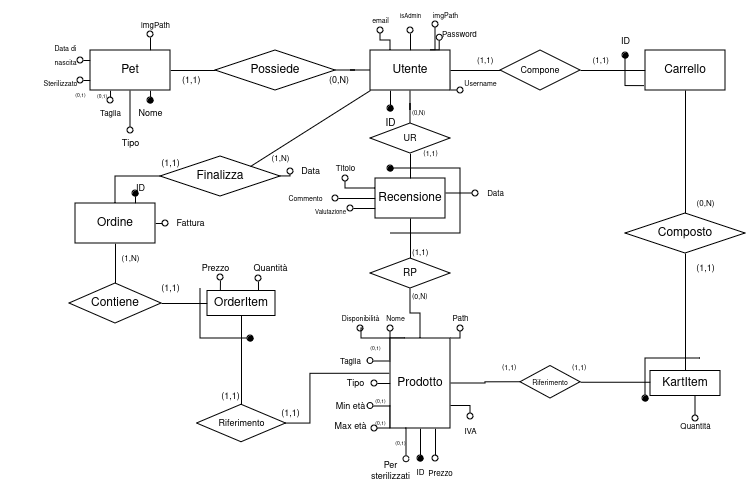
Before: Documenti/DrawIo&Images/DarwinShopNormalized.png, a diagram exported from draw.io (NumberZeroo/TSW_Proj). Source tidied: cells renumbered, new cells last; positions are measured from the earlier drawing's top-left corner, leaving out a move shared by most shapes.
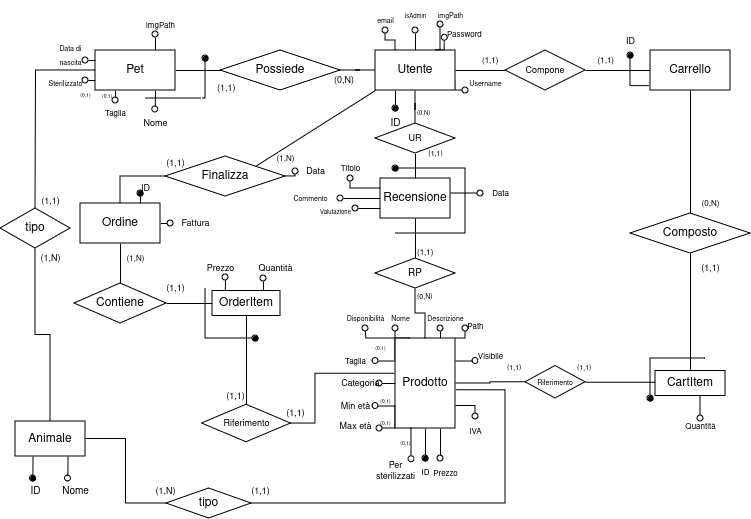
After the change.

Commit message:
Sincronizzazione documentazione - DB

The edit, as a diff of the source:
```diff
@@ -65,16 +65,9 @@
     <mxCell id="15" style="edgeStyle=orthogonalEdgeStyle;rounded=0;jettySize=auto;html=1;endArrow=none;endFill=0;" parent="1" edge="1" source="22" target="24">
       <mxGeometry relative="1" as="geometry" />
     </mxCell>
-    <mxCell id="16" style="edgeStyle=orthogonalEdgeStyle;rounded=0;jettySize=auto;html=1;exitX=0.75;exitY=1;exitDx=0;exitDy=0;endArrow=oval;endFill=1;" parent="1" edge="1" source="22">
-      <mxGeometry relative="1" as="geometry">
-        <mxPoint x="150.1" y="100" as="targetPoint" />
-      </mxGeometry>
+    <mxCell id="16" style="edgeStyle=orthogonalEdgeStyle;rounded=0;jettySize=auto;html=1;exitX=0.75;exitY=1;exitDx=0;exitDy=0;endArrow=oval;endFill=0;entryX=0.495;entryY=0.035;entryDx=0;entryDy=0;entryPerimeter=0;" parent="1" edge="1" source="22" target="61">
+      <mxGeometry relative="1" as="geometry" />
     </mxCell>
-    <mxCell id="17" style="edgeStyle=orthogonalEdgeStyle;rounded=0;jettySize=auto;html=1;endArrow=oval;endFill=0;" parent="1" edge="1" source="22">
-      <mxGeometry relative="1" as="geometry">
-        <mxPoint x="130" y="130" as="targetPoint" />
-      </mxGeometry>
-    </mxCell>
     <mxCell id="18" style="edgeStyle=orthogonalEdgeStyle;rounded=0;jettySize=auto;html=1;exitX=0.25;exitY=1;exitDx=0;exitDy=0;endArrow=oval;endFill=0;" parent="1" edge="1" source="22">
       <mxGeometry relative="1" as="geometry">
         <mxPoint x="110.1" y="100" as="targetPoint" />
@@ -95,6 +88,11 @@
         <mxPoint x="150" y="30" as="targetPoint" />
       </mxGeometry>
     </mxCell>
+    <mxCell id="132" style="edgeStyle=orthogonalEdgeStyle;rounded=0;jettySize=auto;html=1;endArrow=none;endFill=0;" parent="1" edge="1" source="22">
+      <mxGeometry relative="1" as="geometry">
+        <mxPoint x="30" y="208" as="targetPoint" />
+      </mxGeometry>
+    </mxCell>
     <mxCell id="22" value="Pet" style="whiteSpace=wrap;html=1;align=center;" parent="1" vertex="1">
       <mxGeometry x="90" y="50" width="80" height="40" as="geometry" />
     </mxCell>
@@ -174,6 +172,16 @@
     <mxCell id="38" style="edgeStyle=orthogonalEdgeStyle;rounded=0;jettySize=auto;html=1;exitX=1;exitY=0.5;exitDx=0;exitDy=0;endArrow=none;endFill=0;entryX=0;entryY=0.5;entryDx=0;entryDy=0;" parent="1" edge="1" source="39" target="92">
       <mxGeometry relative="1" as="geometry" />
     </mxCell>
+    <mxCell id="133" style="edgeStyle=orthogonalEdgeStyle;rounded=0;jettySize=auto;html=1;exitX=1;exitY=0.25;exitDx=0;exitDy=0;endArrow=oval;endFill=0;" parent="1" edge="1" source="39">
+      <mxGeometry relative="1" as="geometry">
+        <mxPoint x="470" y="360.6" as="targetPoint" />
+      </mxGeometry>
+    </mxCell>
+    <mxCell id="134" style="edgeStyle=orthogonalEdgeStyle;rounded=0;jettySize=auto;html=1;exitX=0.75;exitY=0;exitDx=0;exitDy=0;endArrow=oval;endFill=0;" parent="1" edge="1" source="39">
+      <mxGeometry relative="1" as="geometry">
+        <mxPoint x="435.1" y="328" as="targetPoint" />
+      </mxGeometry>
+    </mxCell>
     <mxCell id="39" value="Prodotto" style="whiteSpace=wrap;html=1;align=center;" parent="1" vertex="1">
       <mxGeometry x="390" y="338" width="60" height="90" as="geometry" />
     </mxCell>
@@ -214,7 +222,7 @@
       <mxGeometry x="310" y="60" width="40" height="30" as="geometry" />
     </mxCell>
     <mxCell id="50" value="&lt;font style=&quot;font-size: 9px;&quot;&gt;(1,1)&lt;/font&gt;" style="text;html=1;align=left;verticalAlign=bottom;strokeColor=none;fillColor=none;" parent="1" vertex="1">
-      <mxGeometry x="180" y="60" width="40" height="30" as="geometry" />
+      <mxGeometry x="210" y="68" width="40" height="30" as="geometry" />
     </mxCell>
     <mxCell id="51" value="&lt;font style=&quot;font-size: 8px;&quot;&gt;(1,1)&lt;/font&gt;" style="text;html=1;align=left;verticalAlign=bottom;strokeColor=none;fillColor=none;" parent="1" vertex="1">
       <mxGeometry x="475" y="40" width="40" height="30" as="geometry" />
@@ -247,11 +255,8 @@
       <mxGeometry x="440" y="20" width="60" height="30" as="geometry" />
     </mxCell>
     <mxCell id="61" value="&lt;font style=&quot;font-size: 9px;&quot;&gt;Nome&lt;/font&gt;" style="text;html=1;align=center;verticalAlign=middle;points=[];strokeColor=none;fillColor=none;" parent="1" vertex="1">
-      <mxGeometry x="125" y="98" width="50" height="30" as="geometry" />
+      <mxGeometry x="125" y="108" width="50" height="30" as="geometry" />
     </mxCell>
-    <mxCell id="62" value="&lt;font style=&quot;font-size: 9px;&quot;&gt;Tipo&lt;/font&gt;" style="text;html=1;align=center;verticalAlign=middle;strokeColor=none;fillColor=none;" parent="1" vertex="1">
-      <mxGeometry x="110" y="128" width="40" height="30" as="geometry" />
-    </mxCell>
     <mxCell id="63" value="&lt;font style=&quot;font-size: 8px;&quot;&gt;Taglia&lt;/font&gt;" style="text;html=1;align=center;verticalAlign=middle;strokeColor=none;fillColor=none;" parent="1" vertex="1">
       <mxGeometry x="90" y="98" width="40" height="30" as="geometry" />
     </mxCell>
@@ -289,7 +294,7 @@
       <mxGeometry x="450" y="416" width="40" height="30" as="geometry" />
     </mxCell>
     <mxCell id="75" value="&lt;font style=&quot;font-size: 8px;&quot;&gt;Path&lt;/font&gt;" style="text;html=1;align=center;verticalAlign=middle;strokeColor=none;fillColor=none;" parent="1" vertex="1">
-      <mxGeometry x="440" y="303" width="40" height="30" as="geometry" />
+      <mxGeometry x="450" y="310.5" width="40" height="30" as="geometry" />
     </mxCell>
     <mxCell id="76" value="&lt;font style=&quot;font-size: 8px;&quot;&gt;Titolo&lt;/font&gt;" style="text;html=1;align=center;verticalAlign=middle;strokeColor=none;fillColor=none;" parent="1" vertex="1">
       <mxGeometry x="325" y="153" width="40" height="30" as="geometry" />
@@ -306,8 +311,8 @@
     <mxCell id="80" value="&lt;font style=&quot;font-size: 6px;&quot;&gt;isAdmin&lt;/font&gt;" style="text;html=1;align=center;verticalAlign=middle;strokeColor=none;fillColor=none;" parent="1" vertex="1">
       <mxGeometry x="390" width="40" height="30" as="geometry" />
     </mxCell>
-    <mxCell id="81" value="&lt;font style=&quot;font-size: 9px;&quot;&gt;Tipo&lt;/font&gt;" style="text;html=1;align=center;verticalAlign=middle;strokeColor=none;fillColor=none;" parent="1" vertex="1">
-      <mxGeometry x="335" y="368" width="40" height="30" as="geometry" />
+    <mxCell id="81" value="&lt;font style=&quot;font-size: 9px;&quot;&gt;Categoria&lt;/font&gt;" style="text;html=1;align=center;verticalAlign=middle;strokeColor=none;fillColor=none;" parent="1" vertex="1">
+      <mxGeometry x="325" y="368" width="60" height="30" as="geometry" />
     </mxCell>
     <mxCell id="82" value="&lt;font style=&quot;font-size: 8px;&quot;&gt;Taglia&lt;/font&gt;" style="text;html=1;align=center;verticalAlign=middle;strokeColor=none;fillColor=none;" parent="1" vertex="1">
       <mxGeometry x="330" y="346" width="40" height="30" as="geometry" />
@@ -362,7 +367,7 @@
         <mxPoint x="695" y="418" as="targetPoint" />
       </mxGeometry>
     </mxCell>
-    <mxCell id="95" value="KartItem" style="rounded=0;whiteSpace=wrap;html=1;" parent="1" vertex="1">
+    <mxCell id="95" value="CartItem" style="rounded=0;whiteSpace=wrap;html=1;" parent="1" vertex="1">
       <mxGeometry x="650" y="370.5" width="70" height="25" as="geometry" />
     </mxCell>
     <mxCell id="96" value="(1,1)" style="text;html=1;align=left;verticalAlign=top;strokeColor=none;fillColor=none;fontSize=7;" parent="1" vertex="1">
@@ -503,5 +508,74 @@
         </Array>
       </mxGeometry>
     </mxCell>
+    <mxCell id="135" style="edgeStyle=orthogonalEdgeStyle;rounded=0;jettySize=auto;html=1;exitX=0.25;exitY=1;exitDx=0;exitDy=0;endArrow=oval;endFill=1;" parent="1" edge="1" source="138">
+      <mxGeometry relative="1" as="geometry">
+        <mxPoint x="27.4" y="478" as="targetPoint" />
+      </mxGeometry>
+    </mxCell>
+    <mxCell id="136" style="edgeStyle=orthogonalEdgeStyle;rounded=0;jettySize=auto;html=1;exitX=0.75;exitY=1;exitDx=0;exitDy=0;endArrow=oval;endFill=0;" parent="1" edge="1" source="138">
+      <mxGeometry relative="1" as="geometry">
+        <mxPoint x="62.4" y="478" as="targetPoint" />
+      </mxGeometry>
+    </mxCell>
+    <mxCell id="137" style="edgeStyle=orthogonalEdgeStyle;rounded=0;jettySize=auto;html=1;entryX=0;entryY=0.5;entryDx=0;entryDy=0;endArrow=none;endFill=0;" parent="1" edge="1" source="138" target="143">
+      <mxGeometry relative="1" as="geometry" />
+    </mxCell>
+    <mxCell id="138" value="Animale" style="whiteSpace=wrap;html=1;" parent="1" vertex="1">
+      <mxGeometry x="10" y="421" width="70" height="35" as="geometry" />
+    </mxCell>
+    <mxCell id="139" value="&lt;font style=&quot;font-size: 10px;&quot;&gt;ID&lt;/font&gt;" style="text;html=1;align=center;verticalAlign=middle;strokeColor=none;fillColor=none;" parent="1" vertex="1">
+      <mxGeometry x="15" y="476" width="30" height="30" as="geometry" />
+    </mxCell>
+    <mxCell id="140" value="&lt;font style=&quot;font-size: 10px;&quot;&gt;Nome&lt;/font&gt;" style="text;html=1;align=center;verticalAlign=middle;strokeColor=none;fillColor=none;" parent="1" vertex="1">
+      <mxGeometry x="45" y="476" width="50" height="30" as="geometry" />
+    </mxCell>
+    <mxCell id="141" style="edgeStyle=orthogonalEdgeStyle;rounded=0;jettySize=auto;html=1;entryX=0.5;entryY=0;entryDx=0;entryDy=0;endArrow=none;endFill=0;" parent="1" edge="1" source="142" target="138">
+      <mxGeometry relative="1" as="geometry" />
+    </mxCell>
+    <mxCell id="142" value="tipo" style="rhombus;whiteSpace=wrap;html=1;" parent="1" vertex="1">
+      <mxGeometry x="-5" y="208" width="70" height="40" as="geometry" />
+    </mxCell>
+    <mxCell id="143" value="tipo" style="rhombus;whiteSpace=wrap;html=1;" parent="1" vertex="1">
+      <mxGeometry x="161" y="488" width="85" height="30" as="geometry" />
+    </mxCell>
+    <mxCell id="144" style="edgeStyle=orthogonalEdgeStyle;rounded=0;jettySize=auto;html=1;entryX=1.012;entryY=0.575;entryDx=0;entryDy=0;entryPerimeter=0;exitX=1;exitY=0.5;exitDx=0;exitDy=0;endArrow=none;endFill=0;" parent="1" edge="1" source="143" target="39">
+      <mxGeometry relative="1" as="geometry">
+        <Array as="points">
+          <mxPoint x="500" y="503" />
+          <mxPoint x="500" y="390" />
+        </Array>
+      </mxGeometry>
+    </mxCell>
+    <mxCell id="145" value="&lt;font style=&quot;font-size: 9px;&quot;&gt;(1,1)&lt;/font&gt;" style="text;html=1;align=center;verticalAlign=middle;strokeColor=none;fillColor=none;" parent="1" vertex="1">
+      <mxGeometry x="25" y="186" width="40" height="30" as="geometry" />
+    </mxCell>
+    <mxCell id="146" value="&lt;font style=&quot;font-size: 9px;&quot;&gt;(1,N)&lt;/font&gt;" style="text;html=1;align=center;verticalAlign=middle;strokeColor=none;fillColor=none;" parent="1" vertex="1">
+      <mxGeometry x="25" y="243" width="40" height="30" as="geometry" />
+    </mxCell>
+    <mxCell id="147" value="&lt;font style=&quot;font-size: 9px;&quot;&gt;(1,1)&lt;/font&gt;" style="text;html=1;align=center;verticalAlign=middle;strokeColor=none;fillColor=none;" parent="1" vertex="1">
+      <mxGeometry x="235" y="476" width="40" height="30" as="geometry" />
+    </mxCell>
+    <mxCell id="148" value="&lt;font style=&quot;font-size: 9px;&quot;&gt;(1,N)&lt;/font&gt;" style="text;html=1;align=center;verticalAlign=middle;strokeColor=none;fillColor=none;" parent="1" vertex="1">
+      <mxGeometry x="140" y="476" width="40" height="30" as="geometry" />
+    </mxCell>
+    <mxCell id="149" value="&lt;font style=&quot;font-size: 8px;&quot;&gt;Visibile&lt;/font&gt;" style="text;html=1;align=center;verticalAlign=middle;strokeColor=none;fillColor=none;" parent="1" vertex="1">
+      <mxGeometry x="460" y="340.5" width="50" height="30" as="geometry" />
+    </mxCell>
+    <mxCell id="150" value="&lt;font style=&quot;font-size: 7px;&quot;&gt;Descrizione&lt;/font&gt;" style="text;html=1;align=center;verticalAlign=middle;strokeColor=none;fillColor=none;" parent="1" vertex="1">
+      <mxGeometry x="410" y="303" width="60" height="30" as="geometry" />
+    </mxCell>
+    <mxCell id="151" style="edgeStyle=none;orthogonalLoop=1;jettySize=auto;html=1;rounded=0;endArrow=oval;endFill=1;" parent="1" edge="1">
+      <mxGeometry relative="1" as="geometry">
+        <mxPoint x="140" y="98" as="sourcePoint" />
+        <mxPoint x="200" y="58" as="targetPoint" />
+        <Array as="points">
+          <mxPoint x="200" y="98" />
+        </Array>
+      </mxGeometry>
+    </mxCell>
+    <mxCell id="152" value="&lt;div&gt;&lt;br&gt;&lt;/div&gt;" style="edgeLabel;html=1;align=center;verticalAlign=middle;" parent="151" vertex="1">
+      <mxGeometry x="0.1" relative="1" as="geometry" />
+    </mxCell>
   </root>
 </mxGraphModel>
```
